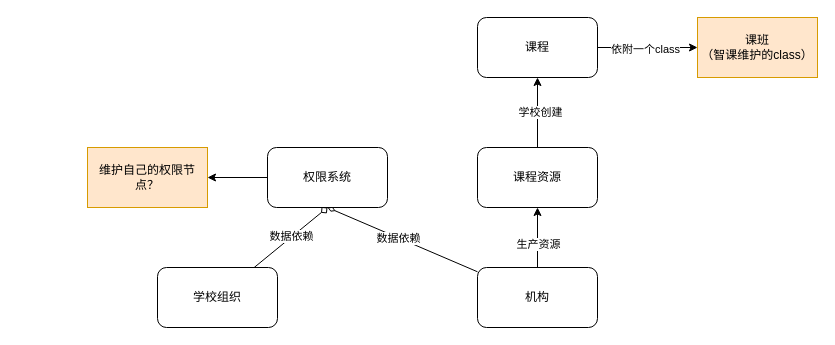
The draw.io diagram 330-数据流程图.drawio in wgyuuu/flow_chart, before the edit. Source tidied: cells renumbered, new cells numbered last; positions are measured from the earlier drawing's top-left corner, leaving out a move shared by most shapes. Both pictures are drawn from the tidied source at 100%, with x=0, y=0 at pixel (87, 17).
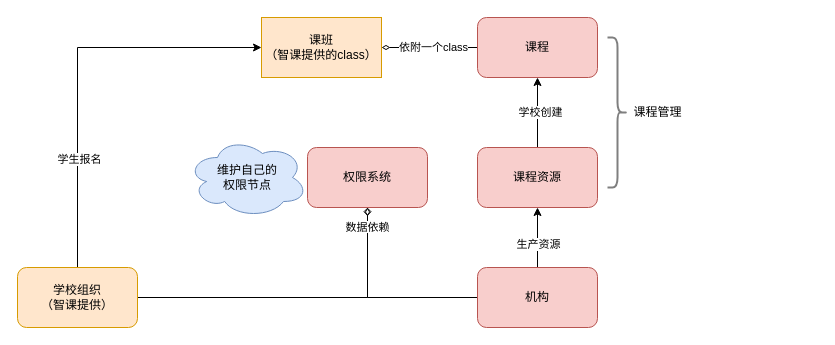
Above is the later version.

Commit message (it also covers changes not shown here):
Update 330-数据流程图.drawio

Diff of the diagram source:
```diff
@@
-    <mxCell id="2" style="rounded=0;jettySize=auto;html=1;entryX=0.5;entryY=1;entryDx=0;entryDy=0;endArrow=diamondThin;endFill=0;" parent="1" edge="1" source="6" target="14">
+    <mxCell id="2" style="rounded=0;jettySize=auto;html=1;entryX=0.5;entryY=1;entryDx=0;entryDy=0;endArrow=diamondThin;endFill=0;edgeStyle=orthogonalEdgeStyle;" parent="1" edge="1" source="6" target="14">
       <mxGeometry relative="1" as="geometry" />
     </mxCell>
-    <mxCell id="3" value="数据依赖" style="edgeLabel;html=1;align=center;verticalAlign=middle;" parent="2" vertex="1">
-      <mxGeometry x="0.06" relative="1" as="geometry" />
-    </mxCell>
@@
-    <mxCell id="6" value="机构" style="rounded=1;whiteSpace=wrap;html=1;" parent="1" vertex="1">
+    <mxCell id="6" value="机构" style="rounded=1;whiteSpace=wrap;html=1;fillColor=#f8cecc;strokeColor=#b85450;" parent="1" vertex="1">
       <mxGeometry x="390" y="250" width="120" height="60" as="geometry" />
     </mxCell>
@@
-    <mxCell id="9" value="课程资源" style="rounded=1;whiteSpace=wrap;html=1;" parent="1" vertex="1">
+    <mxCell id="9" value="课程资源" style="rounded=1;whiteSpace=wrap;html=1;fillColor=#f8cecc;strokeColor=#b85450;" parent="1" vertex="1">
       <mxGeometry x="390" y="130" width="120" height="60" as="geometry" />
     </mxCell>
-    <mxCell id="10" style="rounded=0;jettySize=auto;html=1;entryX=0.5;entryY=1;entryDx=0;entryDy=0;endArrow=diamond;endFill=0;" parent="1" edge="1" source="12" target="14">
+    <mxCell id="10" style="rounded=0;jettySize=auto;html=1;entryX=0.5;entryY=1;entryDx=0;entryDy=0;endArrow=diamond;endFill=0;edgeStyle=orthogonalEdgeStyle;" parent="1" edge="1" source="12" target="14">
       <mxGeometry relative="1" as="geometry" />
     </mxCell>
-    <mxCell id="11" value="数据依赖" style="edgeLabel;html=1;align=center;verticalAlign=middle;" parent="10" vertex="1">
-      <mxGeometry x="0.01" y="1" relative="1" as="geometry" />
-    </mxCell>
+    <mxCell id="20" style="edgeStyle=orthogonalEdgeStyle;rounded=0;jettySize=auto;html=1;entryX=0;entryY=0.5;entryDx=0;entryDy=0;endArrow=classic;endFill=1;exitX=0.5;exitY=0;exitDx=0;exitDy=0;" parent="1" edge="1" source="12" target="19">
+      <mxGeometry relative="1" as="geometry">
+        <Array as="points">
+          <mxPoint x="-10" y="30" />
+        </Array>
+      </mxGeometry>
+    </mxCell>
+    <mxCell id="21" value="学生报名" style="edgeLabel;html=1;align=center;verticalAlign=middle;" parent="20" vertex="1">
+      <mxGeometry x="-0.46" y="-1" relative="1" as="geometry" />
+    </mxCell>
-    <mxCell id="12" value="学校组织" style="rounded=1;whiteSpace=wrap;html=1;" parent="1" vertex="1">
-      <mxGeometry x="70" y="250" width="120" height="60" as="geometry" />
+    <mxCell id="12" value="学校组织&lt;br&gt;（智课提供）" style="rounded=1;whiteSpace=wrap;html=1;fillColor=#ffe6cc;strokeColor=#d79b00;" parent="1" vertex="1">
+      <mxGeometry x="-70" y="250" width="120" height="60" as="geometry" />
     </mxCell>
-    <mxCell id="13" style="edgeStyle=none;rounded=0;jettySize=auto;html=1;entryX=1;entryY=0.5;entryDx=0;entryDy=0;endArrow=classic;endFill=1;" parent="1" edge="1" source="14" target="18">
-      <mxGeometry relative="1" as="geometry" />
-    </mxCell>
-    <mxCell id="14" value="权限系统" style="rounded=1;whiteSpace=wrap;html=1;" parent="1" vertex="1">
-      <mxGeometry x="180" y="130" width="120" height="60" as="geometry" />
+    <mxCell id="14" value="权限系统" style="rounded=1;whiteSpace=wrap;html=1;fillColor=#f8cecc;strokeColor=#b85450;" parent="1" vertex="1">
+      <mxGeometry x="220" y="130" width="120" height="60" as="geometry" />
     </mxCell>
-    <mxCell id="15" style="edgeStyle=none;rounded=0;jettySize=auto;html=1;entryX=0;entryY=0.5;entryDx=0;entryDy=0;endArrow=classic;endFill=1;" parent="1" edge="1" source="17" target="19">
+    <mxCell id="15" style="edgeStyle=none;rounded=0;jettySize=auto;html=1;entryX=1;entryY=0.5;entryDx=0;entryDy=0;endArrow=diamondThin;endFill=0;" parent="1" edge="1" source="17" target="19">
       <mxGeometry relative="1" as="geometry" />
     </mxCell>
@@
-    <mxCell id="17" value="课程" style="rounded=1;whiteSpace=wrap;html=1;" parent="1" vertex="1">
+    <mxCell id="17" value="课程" style="rounded=1;whiteSpace=wrap;html=1;fillColor=#f8cecc;strokeColor=#b85450;" parent="1" vertex="1">
       <mxGeometry x="390" width="120" height="60" as="geometry" />
     </mxCell>
-    <mxCell id="18" value="维护自己的权限节点？" style="rounded=0;whiteSpace=wrap;html=1;fillColor=#ffe6cc;strokeColor=#d79b00;" parent="1" vertex="1">
-      <mxGeometry y="130" width="120" height="60" as="geometry" />
-    </mxCell>
-    <mxCell id="19" value="课班&lt;br&gt;（智课维护的class）" style="rounded=0;whiteSpace=wrap;html=1;fillColor=#ffe6cc;strokeColor=#d79b00;" parent="1" vertex="1">
-      <mxGeometry x="610" width="120" height="60" as="geometry" />
+    <mxCell id="19" value="课班&lt;br&gt;（智课提供的class）" style="rounded=0;whiteSpace=wrap;html=1;fillColor=#ffe6cc;strokeColor=#d79b00;" parent="1" vertex="1">
+      <mxGeometry x="174" width="120" height="60" as="geometry" />
     </mxCell>
+    <mxCell id="22" value="&lt;span&gt;维护自己的&lt;br&gt;权限节点&lt;/span&gt;" style="ellipse;shape=cloud;whiteSpace=wrap;html=1;fillColor=#dae8fc;strokeColor=#6c8ebf;" parent="1" vertex="1">
+      <mxGeometry x="100" y="120" width="120" height="80" as="geometry" />
+    </mxCell>
+    <mxCell id="23" value="&lt;span style=&quot;font-size: 11px ; background-color: rgb(255 , 255 , 255)&quot;&gt;数据依赖&lt;/span&gt;" style="text;html=1;align=center;verticalAlign=middle;strokeColor=none;fillColor=none;" parent="1" vertex="1">
+      <mxGeometry x="250" y="200" width="60" height="20" as="geometry" />
+    </mxCell>
+    <mxCell id="24" style="shape=curlyBracket;whiteSpace=wrap;html=1;rounded=1;flipH=1;strokeWidth=2;opacity=50;" parent="1" vertex="1">
+      <mxGeometry x="520" y="20" width="20" height="150" as="geometry" />
+    </mxCell>
+    <mxCell id="25" value="课程管理" style="text;html=1;align=center;verticalAlign=middle;strokeColor=none;fillColor=none;" parent="1" vertex="1">
+      <mxGeometry x="540" y="85" width="60" height="20" as="geometry" />
+    </mxCell>
```
